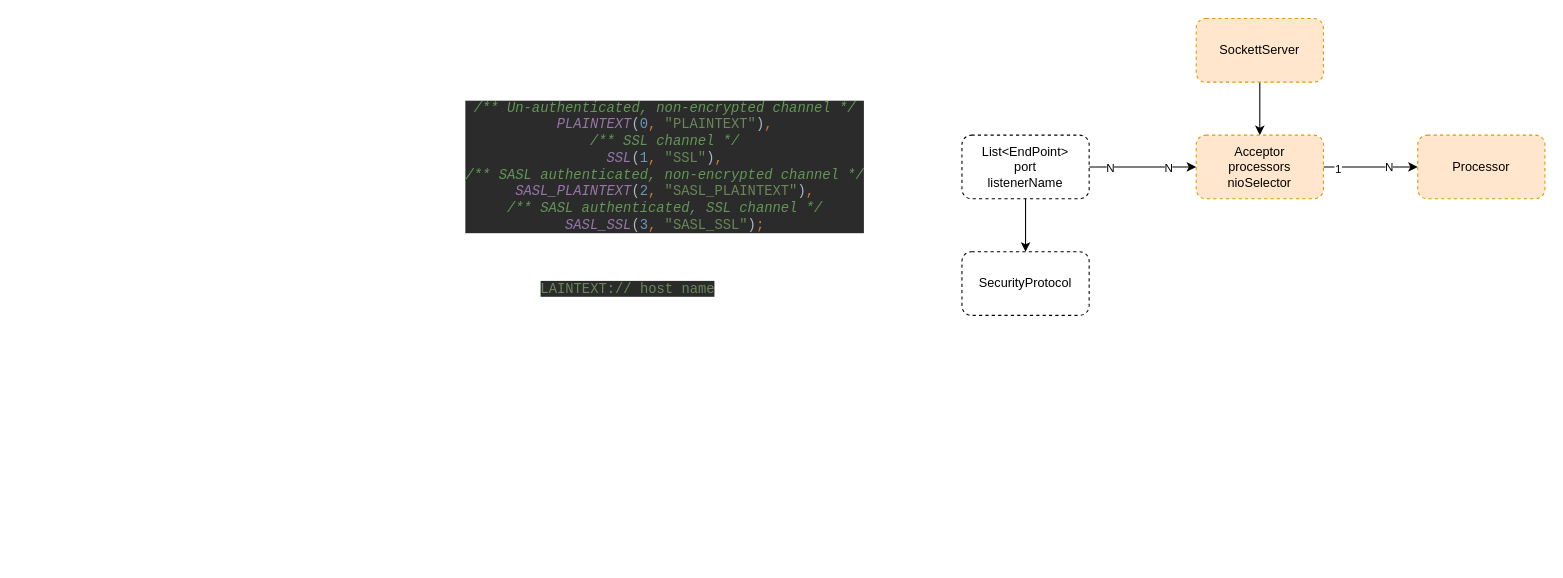
This is 未命名绘图.drawio from qiufang1314/drawio, a draw.io file, before an edit. Source tidied: cells renumbered, new cells numbered last; positions are measured from the earlier drawing's top-left corner, leaving out a move shared by most shapes. Both pictures are drawn from the tidied source at 106%, with x=0, y=0 at pixel (463, 18).
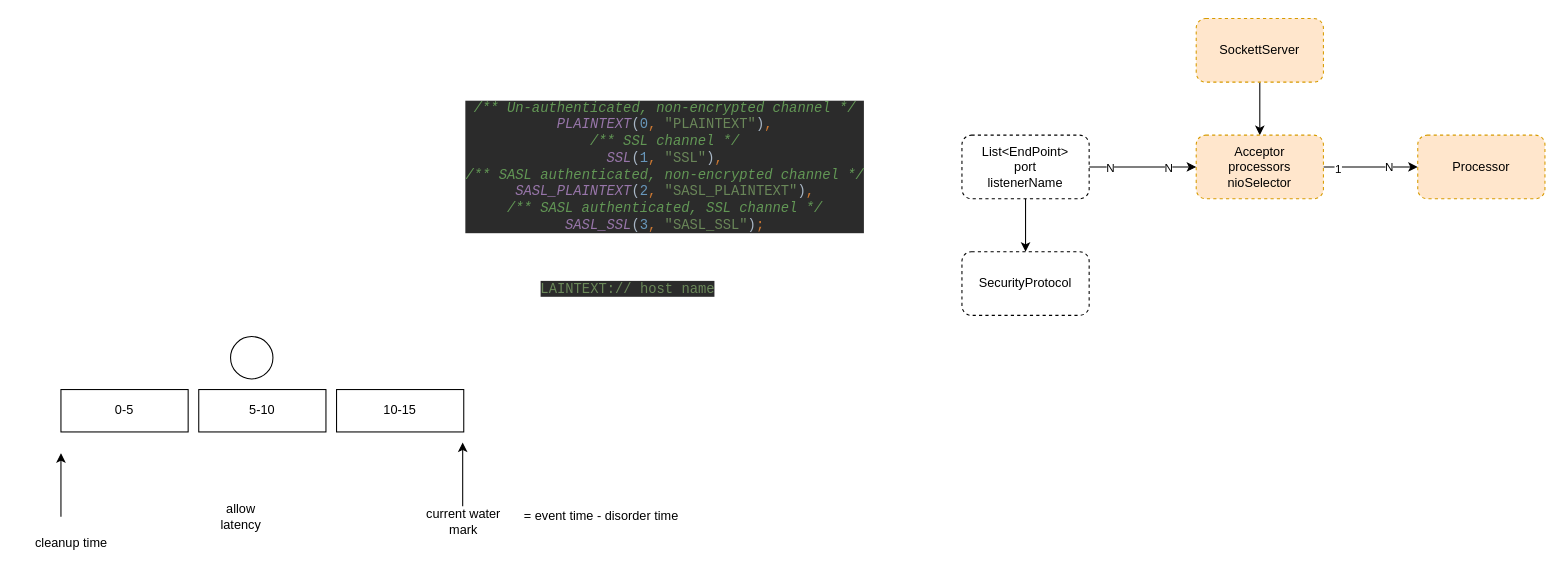
The same page after the edit.

Commit message:
更新未命名绘图.drawio

What changed in the source:
```diff
@@
+    <mxCell id="17" value="0-5" style="rounded=0;whiteSpace=wrap;html=1;" parent="1" vertex="1">
+      <mxGeometry x="-380" y="350" width="120" height="40" as="geometry" />
+    </mxCell>
+    <mxCell id="18" value="5-10" style="rounded=0;whiteSpace=wrap;html=1;" parent="1" vertex="1">
+      <mxGeometry x="-250" y="350" width="120" height="40" as="geometry" />
+    </mxCell>
+    <mxCell id="19" value="10-15" style="rounded=0;whiteSpace=wrap;html=1;" parent="1" vertex="1">
+      <mxGeometry x="-120" y="350" width="120" height="40" as="geometry" />
+    </mxCell>
+    <mxCell id="20" style="endArrow=classic;html=1;rounded=0;" parent="1" edge="1">
+      <mxGeometry relative="1" as="geometry">
+        <mxPoint x="-1" y="460" as="sourcePoint" />
+        <mxPoint x="-1" y="400" as="targetPoint" />
+      </mxGeometry>
+    </mxCell>
+    <mxCell id="21" value="current water mark" style="text;html=1;strokeColor=none;fillColor=none;align=center;verticalAlign=middle;whiteSpace=wrap;rounded=0;" parent="1" vertex="1">
+      <mxGeometry x="-50" y="460" width="100" height="30" as="geometry" />
+    </mxCell>
+    <mxCell id="22" style="endArrow=classic;html=1;rounded=0;" parent="1" edge="1">
+      <mxGeometry relative="1" as="geometry">
+        <mxPoint x="-380" y="470" as="sourcePoint" />
+        <mxPoint x="-380" y="410" as="targetPoint" />
+      </mxGeometry>
+    </mxCell>
+    <mxCell id="23" value="cleanup time" style="text;html=1;strokeColor=none;fillColor=none;align=center;verticalAlign=middle;whiteSpace=wrap;rounded=0;" parent="1" vertex="1">
+      <mxGeometry x="-420" y="480" width="100" height="30" as="geometry" />
+    </mxCell>
+    <mxCell id="24" style="ellipse;whiteSpace=wrap;html=1;" parent="1" vertex="1">
+      <mxGeometry x="-220" y="300" width="40" height="40" as="geometry" />
+    </mxCell>
+    <mxCell id="25" value="allow latency" style="text;html=1;strokeColor=none;fillColor=none;align=center;verticalAlign=middle;whiteSpace=wrap;rounded=0;" parent="1" vertex="1">
+      <mxGeometry x="-240" y="455" width="60" height="30" as="geometry" />
+    </mxCell>
+    <mxCell id="26" value="= event time - disorder time" style="text;html=1;strokeColor=none;fillColor=none;align=center;verticalAlign=middle;whiteSpace=wrap;rounded=0;" parent="1" vertex="1">
+      <mxGeometry x="40" y="460" width="180" height="20" as="geometry" />
+    </mxCell>
```
